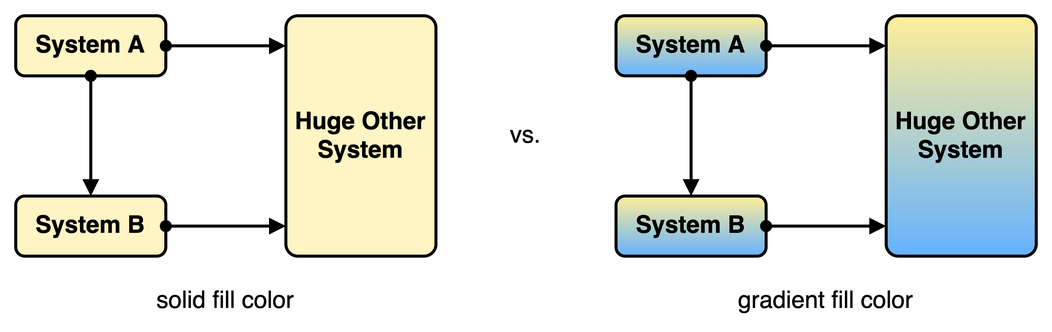
This is diagrams/general-guideline_no-color-gradients.png from martinleggewie/visual-tips-for-creating-schematic-diagrams, a draw.io export, as it was before one commit. Source tidied: cells renumbered, new cells last; positions are measured from the earlier drawing's top-left corner, leaving out a move shared by most shapes.
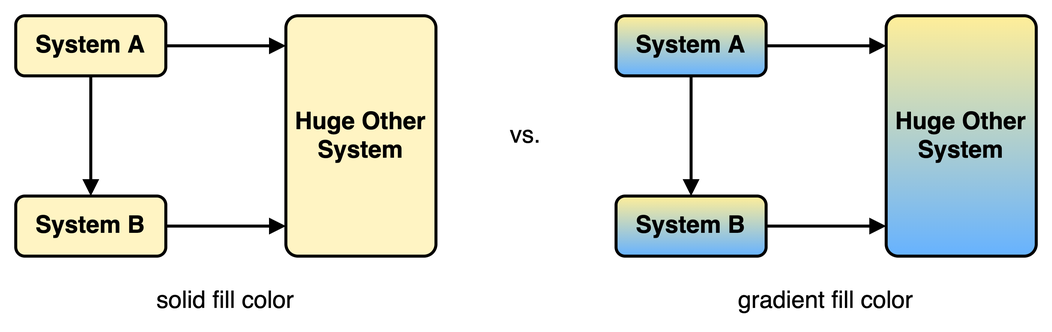
After the commit.

Change to the diagram source:
```diff
@@ -12,7 +12,7 @@
     <mxCell id="5" value="Huge Other&lt;br&gt;System" style="rounded=1;whiteSpace=wrap;html=1;strokeWidth=2;fontSize=16;fontStyle=1;fillColor=#FFF4C3;arcSize=8;" parent="3" vertex="1">
       <mxGeometry x="190" y="10" width="100" height="160" as="geometry" />
     </mxCell>
-    <mxCell id="6" style="rounded=0;jettySize=auto;html=1;fontSize=16;endArrow=block;endFill=1;startArrow=oval;startFill=1;strokeWidth=2;" parent="3" edge="1" source="4">
+    <mxCell id="6" style="rounded=0;jettySize=auto;html=1;fontSize=16;endArrow=block;endFill=1;startArrow=none;startFill=0;strokeWidth=2;" parent="3" edge="1" source="4">
       <mxGeometry relative="1" as="geometry">
         <mxPoint x="190" y="30" as="targetPoint" />
       </mxGeometry>
@@ -20,10 +20,10 @@
     <mxCell id="7" value="System B" style="rounded=1;whiteSpace=wrap;html=1;strokeWidth=2;fontSize=16;fontStyle=1;fillColor=#FFF4C3;" parent="3" vertex="1">
       <mxGeometry x="10" y="130" width="100" height="40" as="geometry" />
     </mxCell>
-    <mxCell id="8" style="edgeStyle=none;rounded=0;jettySize=auto;html=1;startArrow=oval;startFill=1;endArrow=block;endFill=1;strokeWidth=2;fontSize=16;" parent="3" edge="1" source="4" target="7">
+    <mxCell id="8" style="edgeStyle=none;rounded=0;jettySize=auto;html=1;startArrow=none;startFill=0;endArrow=block;endFill=1;strokeWidth=2;fontSize=16;" parent="3" edge="1" source="4" target="7">
       <mxGeometry relative="1" as="geometry" />
     </mxCell>
-    <mxCell id="9" style="rounded=0;jettySize=auto;html=1;fontSize=16;endArrow=block;endFill=1;startArrow=oval;startFill=1;strokeWidth=2;" parent="3" edge="1" source="7">
+    <mxCell id="9" style="rounded=0;jettySize=auto;html=1;fontSize=16;endArrow=block;endFill=1;startArrow=none;startFill=0;strokeWidth=2;" parent="3" edge="1" source="7">
       <mxGeometry relative="1" as="geometry">
         <mxPoint x="190" y="150" as="targetPoint" />
       </mxGeometry>
@@ -34,7 +34,7 @@
     <mxCell id="11" value="Huge Other&lt;br&gt;System" style="rounded=1;whiteSpace=wrap;html=1;strokeWidth=2;fontSize=16;fontStyle=1;gradientDirection=north;fillColor=#66B2FF;arcSize=8;gradientColor=#FFEE99;" parent="3" vertex="1">
       <mxGeometry x="590" y="10" width="100" height="160" as="geometry" />
     </mxCell>
-    <mxCell id="12" style="rounded=0;jettySize=auto;html=1;fontSize=16;endArrow=block;endFill=1;startArrow=oval;startFill=1;strokeWidth=2;" parent="3" edge="1" source="10">
+    <mxCell id="12" style="rounded=0;jettySize=auto;html=1;fontSize=16;endArrow=block;endFill=1;startArrow=none;startFill=0;strokeWidth=2;" parent="3" edge="1" source="10">
       <mxGeometry relative="1" as="geometry">
         <mxPoint x="590" y="30" as="targetPoint" />
       </mxGeometry>
@@ -42,10 +42,10 @@
     <mxCell id="13" value="System B" style="rounded=1;whiteSpace=wrap;html=1;strokeWidth=2;fontSize=16;fontStyle=1;gradientDirection=north;fillColor=#66B2FF;gradientColor=#FFEE99;" parent="3" vertex="1">
       <mxGeometry x="410" y="130" width="100" height="40" as="geometry" />
     </mxCell>
-    <mxCell id="14" style="edgeStyle=none;rounded=0;jettySize=auto;html=1;startArrow=oval;startFill=1;endArrow=block;endFill=1;strokeWidth=2;fontSize=16;" parent="3" edge="1" source="10" target="13">
+    <mxCell id="14" style="edgeStyle=none;rounded=0;jettySize=auto;html=1;startArrow=none;startFill=0;endArrow=block;endFill=1;strokeWidth=2;fontSize=16;" parent="3" edge="1" source="10" target="13">
       <mxGeometry relative="1" as="geometry" />
     </mxCell>
-    <mxCell id="15" style="rounded=0;jettySize=auto;html=1;fontSize=16;endArrow=block;endFill=1;startArrow=oval;startFill=1;strokeWidth=2;" parent="3" edge="1" source="13">
+    <mxCell id="15" style="rounded=0;jettySize=auto;html=1;fontSize=16;endArrow=block;endFill=1;startArrow=none;startFill=0;strokeWidth=2;" parent="3" edge="1" source="13">
       <mxGeometry relative="1" as="geometry">
         <mxPoint x="590" y="150" as="targetPoint" />
       </mxGeometry>
```
